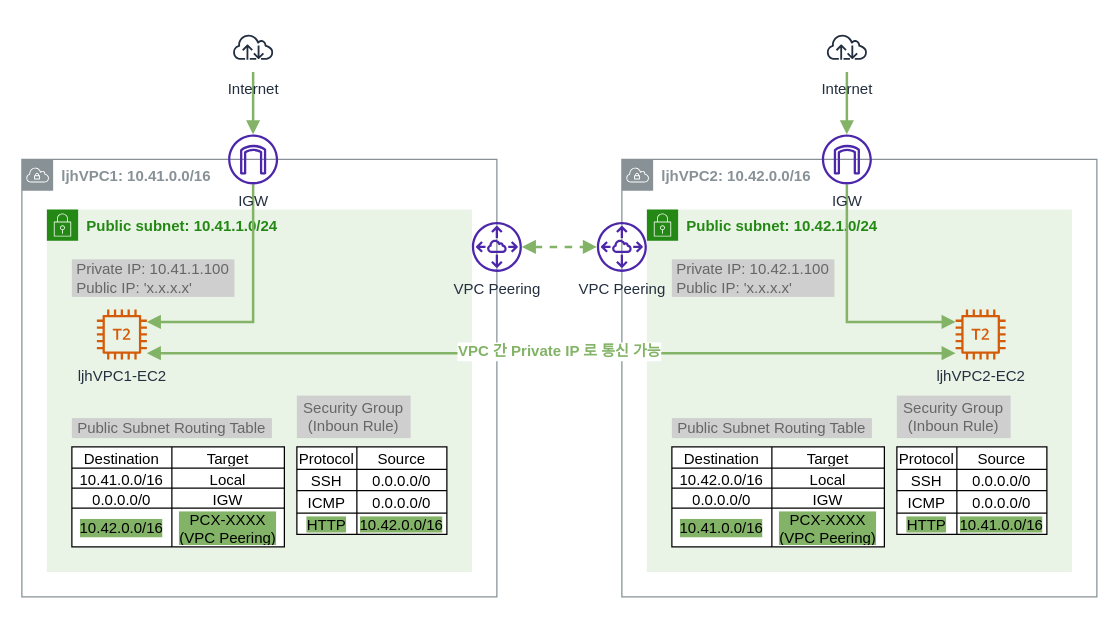
Before: assets/img/dev/2022/1204/peering_flow_2.drawio in assu10/assu10.github.io, a draw.io diagram. Source tidied: cells renumbered, new cells numbered last; positions are measured from the earlier drawing's top-left corner, leaving out a move shared by most shapes. Both pictures are drawn from the tidied source at 125%, with x=0, y=0 at pixel (21, 21).
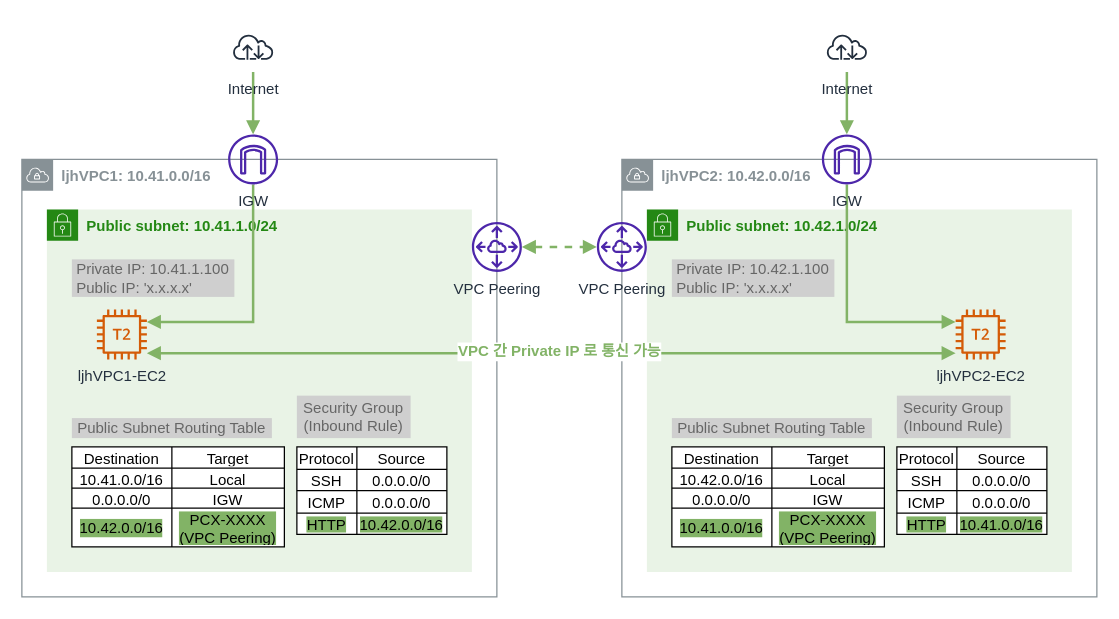
Above is the later version.

Unchanged cells that the change refers to:
```xml
<mxCell id="3" value="&lt;b&gt;Public subnet: 10.41.1.0/24&lt;/b&gt;" style="gradientColor=none;html=1;whiteSpace=wrap;fontSize=12;fontStyle=0;shape=mxgraph.aws4.group;grIcon=mxgraph.aws4.group_security_group;grStroke=0;strokeColor=#248814;fillColor=#E9F3E6;verticalAlign=top;align=left;spacingLeft=30;fontColor=#248814;dashed=0;" parent="1" vertex="1">
  <mxGeometry x="20" y="150" width="340" height="290" as="geometry" />
</mxCell>
<mxCell id="41" value="&lt;b&gt;Public subnet: 10.42.1.0/24&lt;/b&gt;" style="gradientColor=none;html=1;whiteSpace=wrap;fontSize=12;fontStyle=0;shape=mxgraph.aws4.group;grIcon=mxgraph.aws4.group_security_group;grStroke=0;strokeColor=#248814;fillColor=#E9F3E6;verticalAlign=top;align=left;spacingLeft=30;fontColor=#248814;dashed=0;" parent="1" vertex="1">
  <mxGeometry x="500" y="150" width="340" height="290" as="geometry" />
</mxCell>
```

Change to the diagram source:
```diff
@@
-    <mxCell id="5" value="Security Group&lt;br&gt;(Inboun Rule)" style="text;html=1;strokeColor=none;fillColor=#CFCFCF;align=center;verticalAlign=middle;whiteSpace=wrap;rounded=0;fontColor=#666666;" parent="3" vertex="1">
+    <mxCell id="5" value="Security Group&lt;br&gt;(Inbound Rule)" style="text;html=1;strokeColor=none;fillColor=#CFCFCF;align=center;verticalAlign=middle;whiteSpace=wrap;rounded=0;fontColor=#666666;" parent="3" vertex="1">
       <mxGeometry x="200" y="149" width="91" height="34" as="geometry" />
     </mxCell>
@@
-    <mxCell id="43" value="Security Group&lt;br&gt;(Inboun Rule)" style="text;html=1;strokeColor=none;fillColor=#CFCFCF;align=center;verticalAlign=middle;whiteSpace=wrap;rounded=0;fontColor=#666666;" parent="41" vertex="1">
+    <mxCell id="43" value="Security Group&lt;br&gt;(Inbound Rule)" style="text;html=1;strokeColor=none;fillColor=#CFCFCF;align=center;verticalAlign=middle;whiteSpace=wrap;rounded=0;fontColor=#666666;" parent="41" vertex="1">
       <mxGeometry x="200" y="149" width="91" height="34" as="geometry" />
     </mxCell>
```
